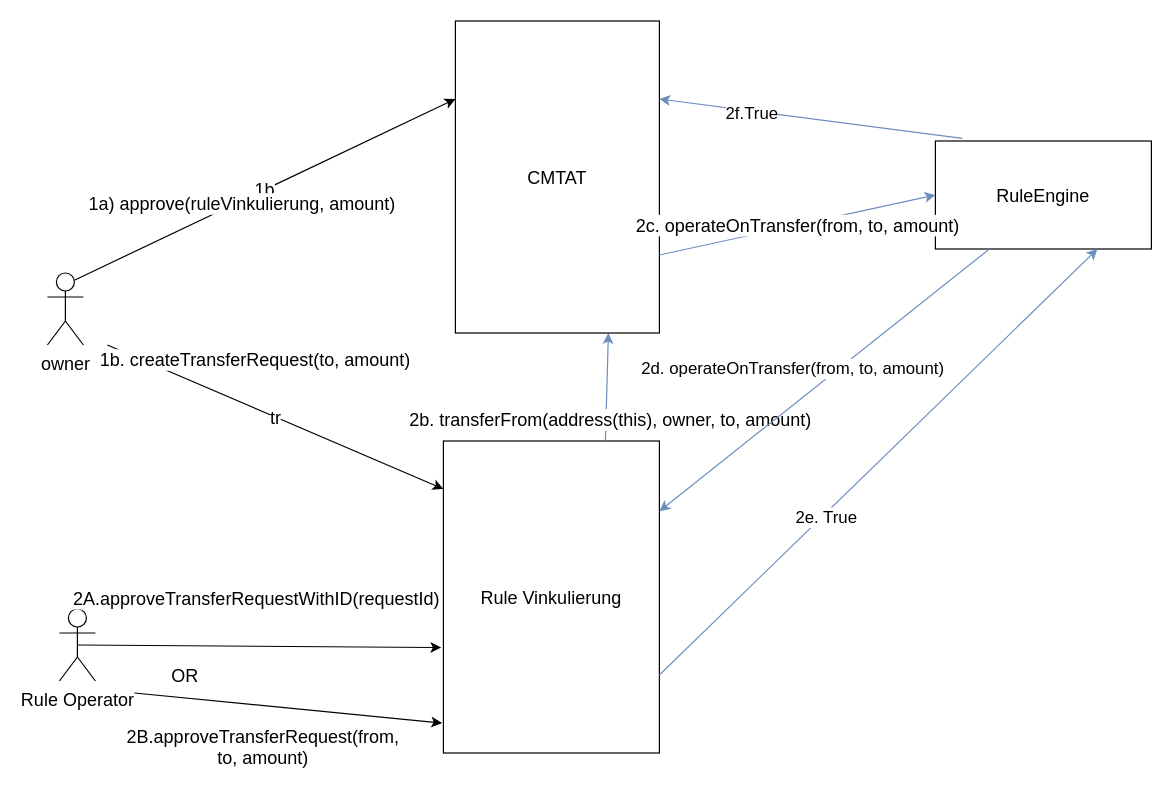
The draw.io diagram page "automaticTransfer" (3 of 6) of doc/schema/rule/conditionalTransfer.drawio in CMTA/RuleEngine, before the edit. Source tidied: cells renumbered, new cells numbered last; positions are measured from the earlier drawing's top-left corner, leaving out a move shared by most shapes. Both pictures are drawn from the tidied source at 120%, with x=0, y=0 at pixel (47, 20).
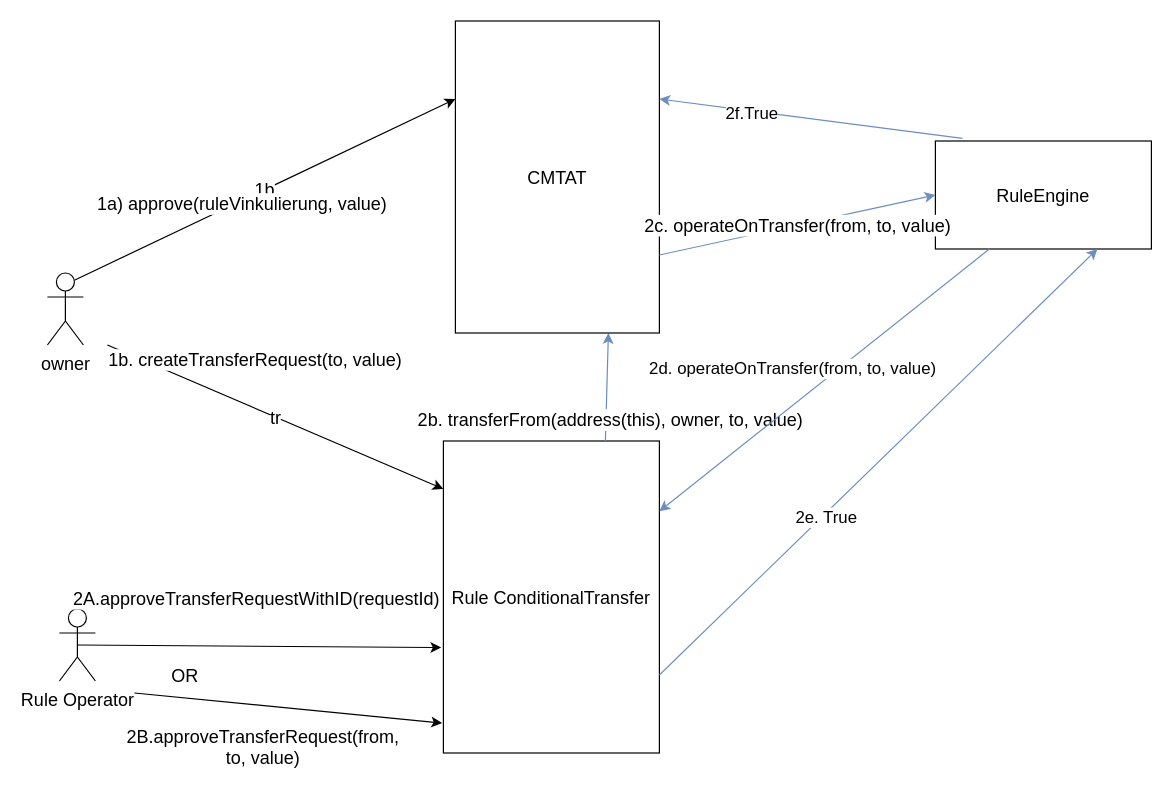
Above is the later version.

The change refers to these unchanged cells:
```xml
<mxCell id="4" value="tr" style="endArrow=classic;html=1;rounded=0;fontSize=15;" parent="1" edge="1">
  <mxGeometry relative="1" as="geometry">
    <mxPoint x="50" y="270" as="sourcePoint" />
    <mxPoint x="330" y="390" as="targetPoint" />
  </mxGeometry>
</mxCell>
<mxCell id="9" style="endArrow=classic;html=1;rounded=0;fontSize=15;exitX=0.75;exitY=0;exitDx=0;exitDy=0;entryX=0.75;entryY=1;entryDx=0;entryDy=0;fillColor=#dae8fc;strokeColor=#6c8ebf;" parent="1" edge="1" source="3" target="11">
  <mxGeometry relative="1" as="geometry" />
</mxCell>
<mxCell id="11" value="CMTAT" style="rounded=0;whiteSpace=wrap;html=1;fontSize=15;" parent="1" vertex="1">
  <mxGeometry x="340" width="170" height="260" as="geometry" />
</mxCell>
<mxCell id="12" value="RuleEngine" style="rounded=0;whiteSpace=wrap;html=1;fontSize=15;" parent="1" vertex="1">
  <mxGeometry x="740" y="100" width="180" height="90" as="geometry" />
</mxCell>
<mxCell id="19" value="1b" style="endArrow=classic;html=1;rounded=0;entryX=0;entryY=0.25;entryDx=0;entryDy=0;fontSize=15;exitX=0.75;exitY=0.1;exitDx=0;exitDy=0;exitPerimeter=0;" parent="1" edge="1" source="2" target="11">
  <mxGeometry relative="1" as="geometry" />
</mxCell>
```

What changed in the source:
```diff
@@
-    <mxCell id="3" value="Rule Vinkulierung" style="rounded=0;whiteSpace=wrap;html=1;fontSize=15;" parent="1" vertex="1">
+    <mxCell id="3" value="Rule ConditionalTransfer" style="rounded=0;whiteSpace=wrap;html=1;fontSize=15;" parent="1" vertex="1">
       <mxGeometry x="330" y="350" width="180" height="260" as="geometry" />
     </mxCell>
@@
-    <mxCell id="5" value="1b. createTransferRequest(to, amount)" style="edgeLabel;html=1;align=center;verticalAlign=middle;fontSize=15;" parent="4" vertex="1">
+    <mxCell id="5" value="1b. createTransferRequest(to, value)" style="edgeLabel;html=1;align=center;verticalAlign=middle;fontSize=15;" parent="4" vertex="1">
       <mxGeometry x="-0.13" y="-1" relative="1" as="geometry">
         <mxPoint x="1" y="-42" as="offset" />
       </mxGeometry>
     </mxCell>
@@
-    <mxCell id="10" value="2b. transferFrom(address(this), owner, to, amount)" style="edgeLabel;html=1;align=center;verticalAlign=middle;fontSize=15;" parent="9" vertex="1">
+    <mxCell id="10" value="2b. transferFrom(address(this), owner, to, value)" style="edgeLabel;html=1;align=center;verticalAlign=middle;fontSize=15;" parent="9" vertex="1">
       <mxGeometry x="-0.6" y="2" relative="1" as="geometry">
         <mxPoint x="5" as="offset" />
       </mxGeometry>
     </mxCell>
@@
-    <mxCell id="13" value="2c.&amp;nbsp;&lt;span class=&quot;pl-k&quot;&gt;operateOnTransfer&lt;/span&gt;(from, to, amount)" style="endArrow=classic;html=1;rounded=0;entryX=0;entryY=0.5;entryDx=0;entryDy=0;fontSize=15;exitX=1;exitY=0.75;exitDx=0;exitDy=0;fillColor=#dae8fc;strokeColor=#6c8ebf;" parent="1" edge="1" source="11" target="12">
+    <mxCell id="13" value="2c.&amp;nbsp;&lt;span class=&quot;pl-k&quot;&gt;operateOnTransfer&lt;/span&gt;(from, to, value)" style="endArrow=classic;html=1;rounded=0;entryX=0;entryY=0.5;entryDx=0;entryDy=0;fontSize=15;exitX=1;exitY=0.75;exitDx=0;exitDy=0;fillColor=#dae8fc;strokeColor=#6c8ebf;" parent="1" edge="1" source="11" target="12">
       <mxGeometry relative="1" as="geometry" />
     </mxCell>
@@
-    <mxCell id="16" value="2B.approveTransferRequest(from, to, amount)" style="text;html=1;strokeColor=none;fillColor=none;align=center;verticalAlign=middle;whiteSpace=wrap;rounded=0;fontSize=15;" parent="1" vertex="1">
+    <mxCell id="16" value="2B.approveTransferRequest(from, to, value)" style="text;html=1;strokeColor=none;fillColor=none;align=center;verticalAlign=middle;whiteSpace=wrap;rounded=0;fontSize=15;" parent="1" vertex="1">
       <mxGeometry x="150" y="590" width="60" height="30" as="geometry" />
     </mxCell>
@@
-    <mxCell id="20" value="1a) approve(ruleVinkulierung, amount)" style="edgeLabel;html=1;align=center;verticalAlign=middle;fontSize=15;" parent="19" vertex="1">
+    <mxCell id="20" value="1a) approve(ruleVinkulierung, value)" style="edgeLabel;html=1;align=center;verticalAlign=middle;fontSize=15;" parent="19" vertex="1">
       <mxGeometry x="-0.13" y="-1" relative="1" as="geometry" />
     </mxCell>
-    <mxCell id="21" value="2d. operateOnTransfer(from, to, amount)" style="endArrow=classic;html=1;rounded=0;exitX=0.25;exitY=1;exitDx=0;exitDy=0;fillColor=#dae8fc;strokeColor=#6c8ebf;fontSize=14;" parent="1" edge="1" source="12" target="3">
+    <mxCell id="21" value="2d. operateOnTransfer(from, to, value)" style="endArrow=classic;html=1;rounded=0;exitX=0.25;exitY=1;exitDx=0;exitDy=0;fillColor=#dae8fc;strokeColor=#6c8ebf;fontSize=14;" parent="1" edge="1" source="12" target="3">
       <mxGeometry x="0.09" y="-24" relative="1" as="geometry" />
     </mxCell>
```
